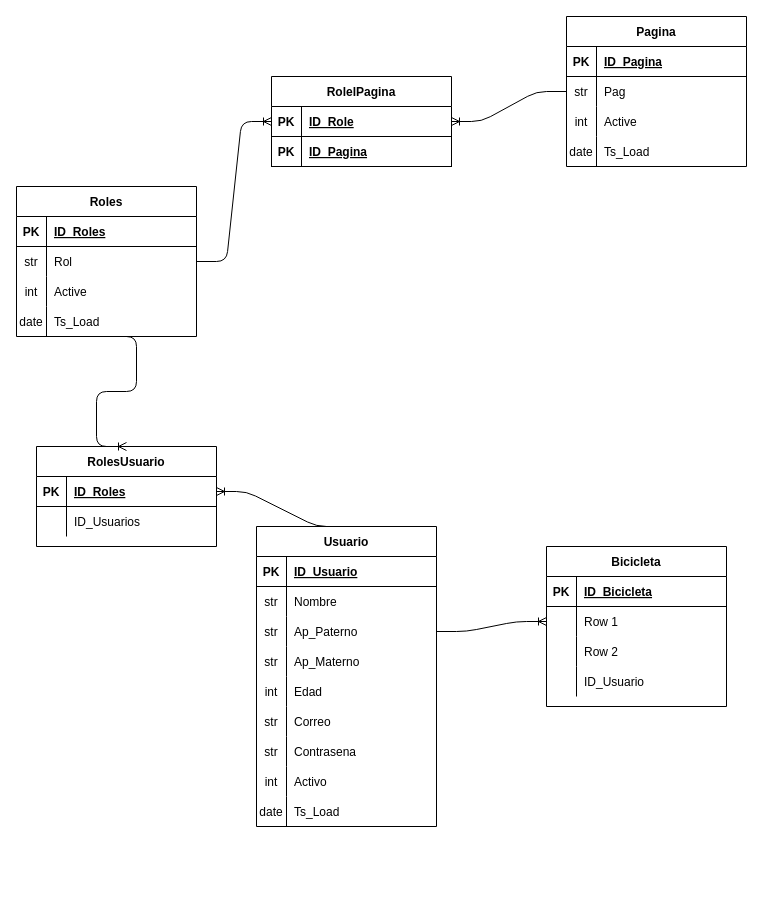
The draw.io diagram Bicicletas.drawio in AntonioTonyJoey/Bicicletas, before the edit. Source tidied: cells renumbered, new cells numbered last; positions are measured from the earlier drawing's top-left corner, leaving out a move shared by most shapes. Both pictures are drawn from the tidied source at 100%, with x=0, y=0 at pixel (16, 16).
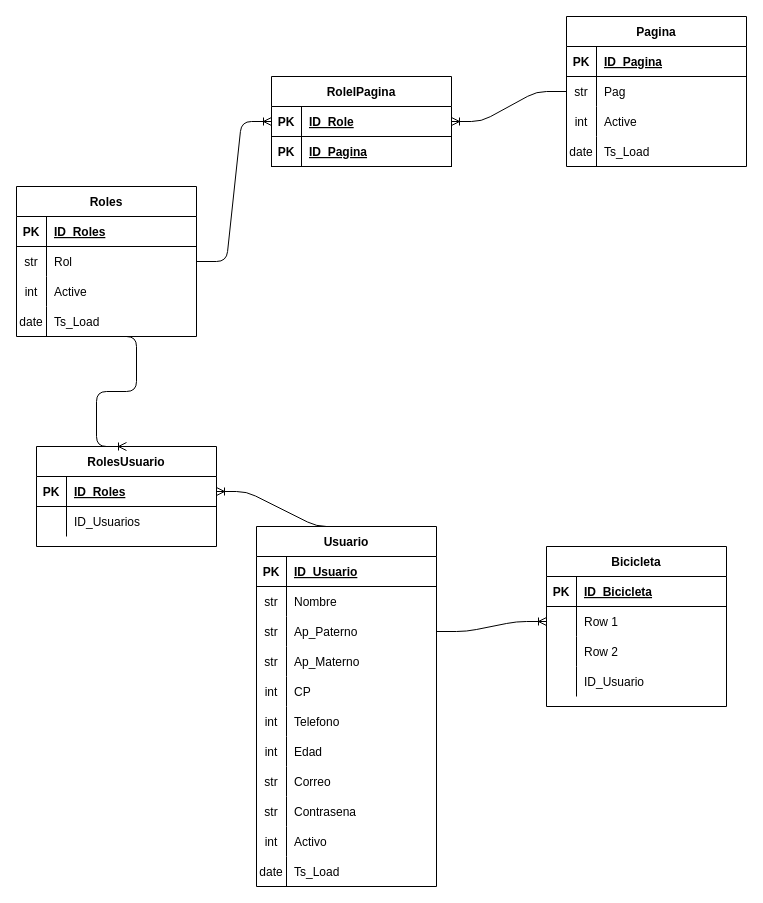
The same diagram, later.

Change to the diagram source:
```diff
@@
     <mxCell id="37" value="Usuario" style="shape=table;startSize=30;childLayout=tableLayout;rowLines=0;fontStyle=1;align=center;" parent="1" vertex="1">
-      <mxGeometry x="240" y="510" width="180" height="300" as="geometry" />
+      <mxGeometry x="240" y="510" width="180" height="360" as="geometry" />
     </mxCell>
@@
+    <mxCell id="88" style="shape=partialRectangle;fillColor=none;top=0;left=0;bottom=0;right=0;" parent="37" vertex="1">
+      <mxGeometry y="150" width="180" height="30" as="geometry" />
+    </mxCell>
+    <mxCell id="89" value="int" style="shape=partialRectangle;fillColor=none;top=0;left=0;bottom=0;right=0;overflow=hidden;" parent="88" vertex="1">
+      <mxGeometry width="30" height="30" as="geometry" />
+    </mxCell>
+    <mxCell id="90" value="CP" style="shape=partialRectangle;fillColor=none;top=0;left=0;bottom=0;right=0;align=left;spacingLeft=6;overflow=hidden;" parent="88" vertex="1">
+      <mxGeometry x="30" width="150" height="30" as="geometry" />
+    </mxCell>
+    <mxCell id="91" style="shape=partialRectangle;fillColor=none;top=0;left=0;bottom=0;right=0;" parent="37" vertex="1">
+      <mxGeometry y="180" width="180" height="30" as="geometry" />
+    </mxCell>
+    <mxCell id="92" value="int" style="shape=partialRectangle;fillColor=none;top=0;left=0;bottom=0;right=0;overflow=hidden;" parent="91" vertex="1">
+      <mxGeometry width="30" height="30" as="geometry" />
+    </mxCell>
+    <mxCell id="93" value="Telefono" style="shape=partialRectangle;fillColor=none;top=0;left=0;bottom=0;right=0;align=left;spacingLeft=6;overflow=hidden;" parent="91" vertex="1">
+      <mxGeometry x="30" width="150" height="30" as="geometry" />
+    </mxCell>
     <mxCell id="50" style="shape=partialRectangle;fillColor=none;top=0;left=0;bottom=0;right=0;" parent="37" vertex="1">
-      <mxGeometry y="150" width="180" height="30" as="geometry" />
+      <mxGeometry y="210" width="180" height="30" as="geometry" />
     </mxCell>
@@
     <mxCell id="53" style="shape=partialRectangle;fillColor=none;top=0;left=0;bottom=0;right=0;" parent="37" vertex="1">
-      <mxGeometry y="180" width="180" height="30" as="geometry" />
+      <mxGeometry y="240" width="180" height="30" as="geometry" />
     </mxCell>
@@
     <mxCell id="56" style="shape=partialRectangle;fillColor=none;top=0;left=0;bottom=0;right=0;" parent="37" vertex="1">
-      <mxGeometry y="210" width="180" height="30" as="geometry" />
+      <mxGeometry y="270" width="180" height="30" as="geometry" />
     </mxCell>
@@
     <mxCell id="59" style="shape=partialRectangle;fillColor=none;top=0;left=0;bottom=0;right=0;" parent="37" vertex="1">
-      <mxGeometry y="240" width="180" height="30" as="geometry" />
+      <mxGeometry y="300" width="180" height="30" as="geometry" />
     </mxCell>
@@
     <mxCell id="62" style="shape=partialRectangle;fillColor=none;top=0;left=0;bottom=0;right=0;" parent="37" vertex="1">
-      <mxGeometry y="270" width="180" height="30" as="geometry" />
+      <mxGeometry y="330" width="180" height="30" as="geometry" />
     </mxCell>
```
